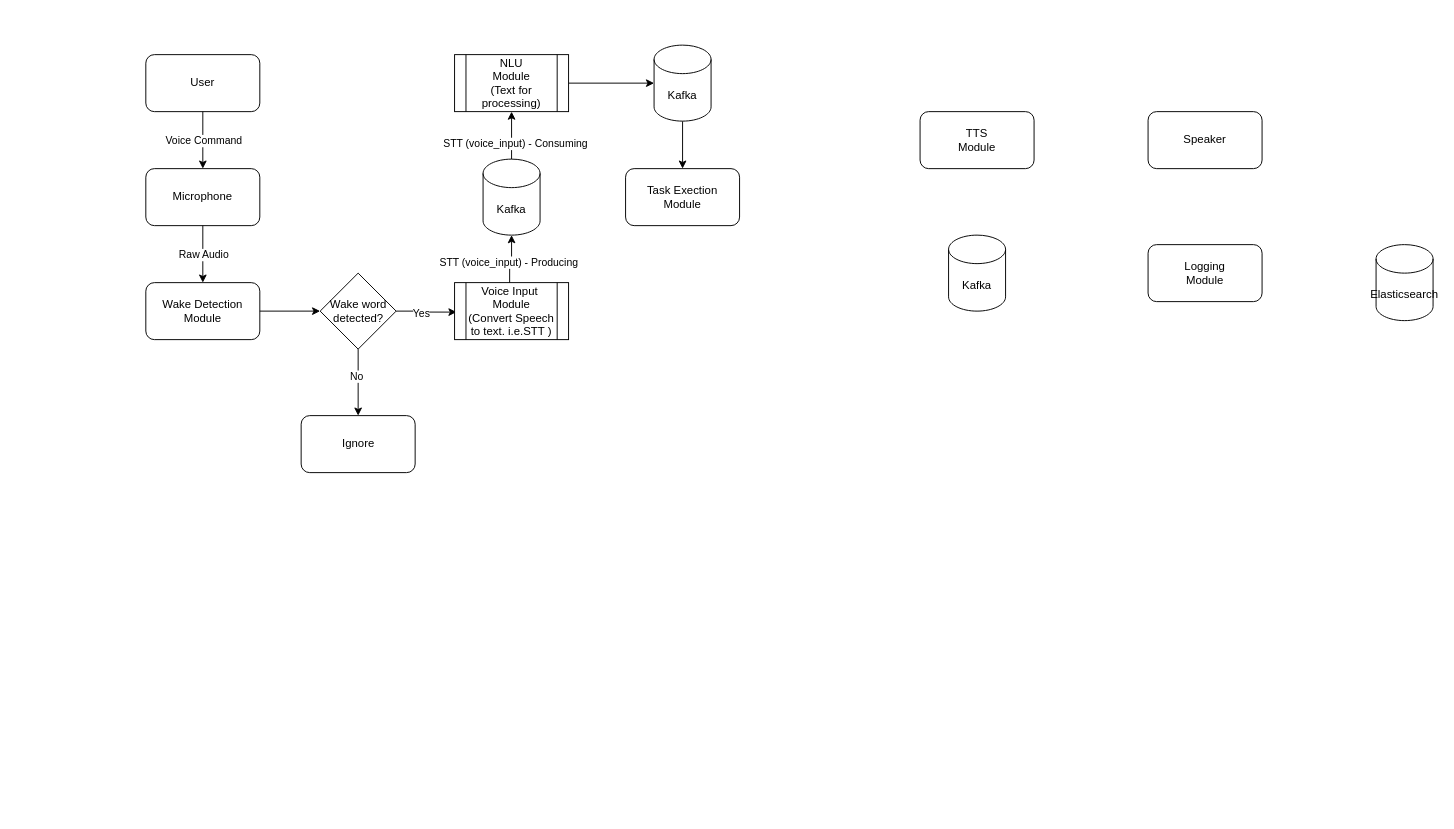
Above: Jason.drawio in isaac-kwarteng/Jason (draw.io), before the change. Source tidied: cells renumbered, new cells numbered last; positions are measured from the earlier drawing's top-left corner, leaving out a move shared by most shapes. Both pictures are drawn from the tidied source at 95%, with x=0, y=0 at pixel (145, 45).
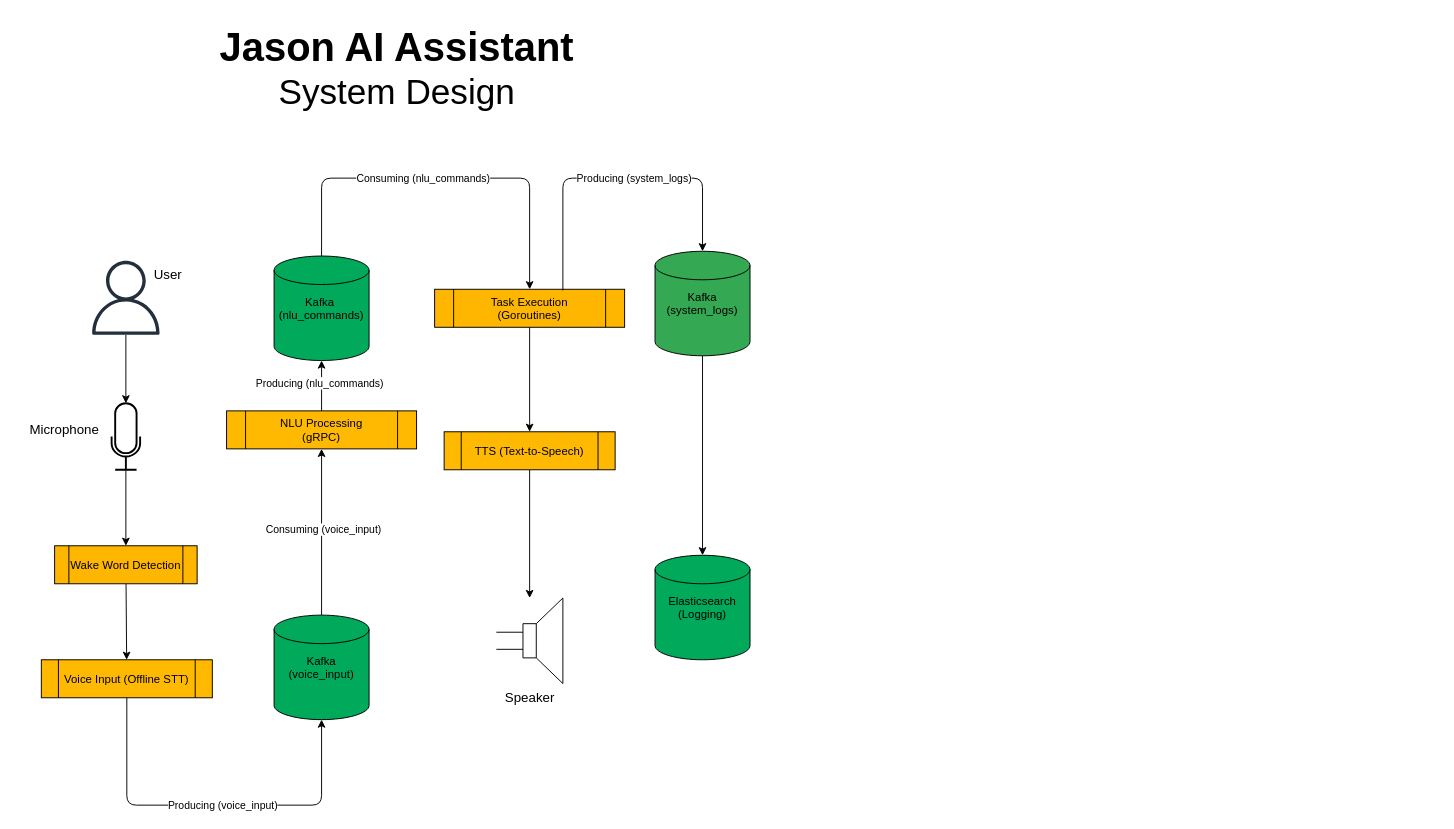
After the change.

Commit message (it also covers changes not shown here):
Finished System Design for the system

What changed in the source:
```diff
@@
-    <mxCell id="0" />
-    <mxCell id="1" parent="0" />
+    <mxCell id="32" />
+    <mxCell id="33" parent="32" />
+    <mxCell id="34" value="Wake Word Detection" style="shape=process;fillColor=light-dark(#ffb600, #2f9249);" parent="33" vertex="1">
+      <mxGeometry x="-96" y="527" width="150" height="40" as="geometry" />
+    </mxCell>
+    <mxCell id="35" value="Voice Input (Offline STT)" style="shape=process;fillColor=light-dark(#ffb900, #ff796d);" parent="33" vertex="1">
+      <mxGeometry x="-110" y="647" width="180" height="40" as="geometry" />
+    </mxCell>
+    <mxCell id="36" value="Kafka&#10;(voice_input)" style="shape=cylinder3;fillColor=light-dark(#00aa5a, #814b00);" parent="33" vertex="1">
+      <mxGeometry x="135" y="600" width="100" height="110" as="geometry" />
+    </mxCell>
+    <mxCell id="37" value="NLU Processing&#10;(gRPC)" style="shape=process;fillColor=light-dark(#ffb900, #28a267);" parent="33" vertex="1">
+      <mxGeometry x="85" y="385" width="200" height="40" as="geometry" />
+    </mxCell>
+    <mxCell id="38" value="Kafka &#10;(nlu_commands)" style="shape=cylinder3;fillColor=light-dark(#00aa5a, #814b00);" parent="33" vertex="1">
+      <mxGeometry x="135" y="222" width="100" height="110" as="geometry" />
+    </mxCell>
+    <mxCell id="39" value="Task Execution&#10;(Goroutines)" style="shape=process;fillColor=light-dark(#ffb600, #e46709);" parent="33" vertex="1">
+      <mxGeometry x="304" y="257" width="200" height="40" as="geometry" />
+    </mxCell>
+    <mxCell id="40" value="Kafka&#10;(system_logs)" style="shape=cylinder3;fillColor=#34A853;" parent="33" vertex="1">
+      <mxGeometry x="536" y="217" width="100" height="110" as="geometry" />
+    </mxCell>
+    <mxCell id="41" value="Elasticsearch&#10;(Logging)" style="shape=cylinder3;fillColor=light-dark(#00aa5a, #885100);" parent="33" vertex="1">
+      <mxGeometry x="536" y="537" width="100" height="110" as="geometry" />
+    </mxCell>
+    <mxCell id="42" style="edgeStyle=orthogonalEdgeStyle;rounded=0;jettySize=auto;html=1;" parent="33" edge="1" source="43" target="57">
+      <mxGeometry relative="1" as="geometry" />
+    </mxCell>
+    <mxCell id="43" value="TTS (Text-to-Speech)" style="shape=process;fillColor=light-dark(#ffb900, #ff796d);" parent="33" vertex="1">
+      <mxGeometry x="314" y="407" width="180" height="40" as="geometry" />
+    </mxCell>
+    <mxCell id="44" parent="33" edge="1" source="34" target="35">
+      <mxGeometry relative="1" as="geometry" />
+    </mxCell>
+    <mxCell id="45" parent="33" edge="1" source="35" target="36">
+      <mxGeometry relative="1" as="geometry">
+        <Array as="points">
+          <mxPoint x="-20" y="800" />
+          <mxPoint x="185" y="800" />
+        </Array>
+      </mxGeometry>
+    </mxCell>
+    <mxCell id="46" value="Producing (voice_input)" style="edgeLabel;html=1;align=center;verticalAlign=middle;" parent="45" vertex="1">
+      <mxGeometry x="-0.05" relative="1" as="geometry">
+        <mxPoint x="19" as="offset" />
+      </mxGeometry>
+    </mxCell>
+    <mxCell id="47" parent="33" edge="1" source="36" target="37">
+      <mxGeometry relative="1" as="geometry" />
+    </mxCell>
+    <mxCell id="48" value="Consuming (voice_input)" style="edgeLabel;html=1;align=center;verticalAlign=middle;" parent="47" vertex="1">
+      <mxGeometry x="0.04" y="-1" relative="1" as="geometry" />
+    </mxCell>
+    <mxCell id="49" parent="33" edge="1" source="37" target="38">
+      <mxGeometry relative="1" as="geometry" />
+    </mxCell>
+    <mxCell id="50" value="Producing (nlu_commands)" style="edgeLabel;html=1;align=center;verticalAlign=middle;" parent="49" vertex="1">
+      <mxGeometry x="0.12" y="3" relative="1" as="geometry" />
+    </mxCell>
+    <mxCell id="51" parent="33" edge="1" source="38" target="39">
+      <mxGeometry relative="1" as="geometry">
+        <Array as="points">
+          <mxPoint x="185" y="140" />
+          <mxPoint x="404" y="140" />
+        </Array>
+      </mxGeometry>
+    </mxCell>
+    <mxCell id="52" value="Consuming (nlu_commands)" style="edgeLabel;html=1;align=center;verticalAlign=middle;" parent="51" vertex="1">
+      <mxGeometry x="-0.02" y="-2" relative="1" as="geometry">
+        <mxPoint x="-17" y="-2" as="offset" />
+      </mxGeometry>
+    </mxCell>
+    <mxCell id="53" style="exitX=0.675;exitY=0.029;exitDx=0;exitDy=0;exitPerimeter=0;" parent="33" edge="1" source="39" target="40">
+      <mxGeometry relative="1" as="geometry">
+        <Array as="points">
+          <mxPoint x="439" y="140" />
+          <mxPoint x="586" y="140" />
+        </Array>
+      </mxGeometry>
+    </mxCell>
+    <mxCell id="54" value="Producing (system_logs)" style="edgeLabel;html=1;align=center;verticalAlign=middle;" parent="53" vertex="1">
+      <mxGeometry x="0.13" relative="1" as="geometry" />
+    </mxCell>
+    <mxCell id="55" parent="33" edge="1" source="40" target="41">
+      <mxGeometry relative="1" as="geometry" />
+    </mxCell>
+    <mxCell id="56" style="entryX=0.5;entryY=0;entryDx=0;entryDy=0;exitX=0.5;exitY=1;exitDx=0;exitDy=0;" parent="33" edge="1" source="39" target="43">
+      <mxGeometry relative="1" as="geometry" />
+    </mxCell>
+    <mxCell id="57" style="verticalLabelPosition=bottom;shadow=0;dashed=0;align=center;html=1;verticalAlign=top;shape=mxgraph.electrical.electro-mechanical.loudspeaker;" parent="33" vertex="1">
+      <mxGeometry x="369" y="582" width="70" height="90" as="geometry" />
+    </mxCell>
+    <mxCell id="58" style="edgeStyle=orthogonalEdgeStyle;rounded=0;jettySize=auto;html=1;" parent="33" edge="1" source="59" target="61">
+      <mxGeometry relative="1" as="geometry" />
+    </mxCell>
+    <mxCell id="59" style="sketch=0;outlineConnect=0;fontColor=#232F3E;gradientColor=none;fillColor=#232F3D;strokeColor=none;dashed=0;verticalLabelPosition=bottom;verticalAlign=top;align=center;html=1;fontSize=12;fontStyle=0;shape=mxgraph.aws4.user;" parent="33" vertex="1">
+      <mxGeometry x="-60" y="227" width="78" height="78" as="geometry" />
+    </mxCell>
+    <mxCell id="60" style="edgeStyle=orthogonalEdgeStyle;rounded=0;jettySize=auto;html=1;" parent="33" edge="1" source="61" target="34">
+      <mxGeometry relative="1" as="geometry" />
+    </mxCell>
+    <mxCell id="61" style="html=1;verticalLabelPosition=bottom;align=center;labelBackgroundColor=#ffffff;verticalAlign=top;strokeWidth=2;strokeColor=light-dark(#000000, #32a0ff);shadow=0;dashed=0;shape=mxgraph.ios7.icons.microphone;" parent="33" vertex="1">
+      <mxGeometry x="-36" y="377" width="30" height="70" as="geometry" />
+    </mxCell>
-    <mxCell id="2" value="User" style="rounded=1;whiteSpace=wrap;html=1;" parent="1" vertex="1">
-      <mxGeometry y="10" width="120" height="60" as="geometry" />
+    <mxCell id="2" value="&lt;font style=&quot;font-size: 14px;&quot;&gt;User&lt;/font&gt;" style="text;html=1;align=center;verticalAlign=middle;points=[];strokeColor=none;fillColor=none;" parent="33" vertex="1">
+      <mxGeometry x="-2" y="227" width="50" height="30" as="geometry" />
     </mxCell>
-    <mxCell id="3" value="Microphone" style="rounded=1;whiteSpace=wrap;html=1;" parent="1" vertex="1">
-      <mxGeometry y="130" width="120" height="60" as="geometry" />
+    <mxCell id="3" value="&lt;font style=&quot;font-size: 14px;&quot;&gt;Microphone&lt;/font&gt;" style="text;html=1;align=center;verticalAlign=middle;points=[];strokeColor=none;fillColor=none;" parent="33" vertex="1">
+      <mxGeometry x="-136" y="390" width="100" height="30" as="geometry" />
     </mxCell>
-    <mxCell id="4" value="Wake Detection&lt;div&gt;Module&lt;/div&gt;" style="rounded=1;whiteSpace=wrap;html=1;" parent="1" vertex="1">
-      <mxGeometry y="250" width="120" height="60" as="geometry" />
-    </mxCell>
-    <mxCell id="5" style="edgeStyle=orthogonalEdgeStyle;rounded=0;jettySize=auto;html=1;exitX=0.483;exitY=0.011;exitDx=0;exitDy=0;exitPerimeter=0;" parent="1" edge="1" source="31" target="17">
-      <mxGeometry relative="1" as="geometry" />
-    </mxCell>
-    <mxCell id="6" value="STT (voice_input) - Producing" style="edgeLabel;html=1;align=center;verticalAlign=middle;" parent="5" vertex="1">
-      <mxGeometry x="-0.17" y="1" relative="1" as="geometry" />
-    </mxCell>
-    <mxCell id="7" value="Task Exection&lt;div&gt;Module&lt;/div&gt;" style="rounded=1;whiteSpace=wrap;html=1;" parent="1" vertex="1">
-      <mxGeometry x="505" y="130" width="120" height="60" as="geometry" />
-    </mxCell>
-    <mxCell id="8" value="TTS&lt;div&gt;Module&lt;/div&gt;" style="rounded=1;whiteSpace=wrap;html=1;" parent="1" vertex="1">
-      <mxGeometry x="815" y="70" width="120" height="60" as="geometry" />
-    </mxCell>
-    <mxCell id="9" value="Speaker" style="rounded=1;whiteSpace=wrap;html=1;" parent="1" vertex="1">
-      <mxGeometry x="1055" y="70" width="120" height="60" as="geometry" />
+    <mxCell id="9" value="&lt;font style=&quot;font-size: 14px;&quot;&gt;Speaker&lt;/font&gt;" style="text;html=1;align=center;verticalAlign=middle;strokeColor=none;fillColor=none;" parent="33" vertex="1">
+      <mxGeometry x="364" y="672" width="80" height="30" as="geometry" />
     </mxCell>
-    <mxCell id="10" value="Logging&lt;div&gt;Module&lt;/div&gt;" style="rounded=1;whiteSpace=wrap;html=1;" parent="1" vertex="1">
-      <mxGeometry x="1055" y="210" width="120" height="60" as="geometry" />
-    </mxCell>
-    <mxCell id="11" value="Elasticsearch" style="shape=cylinder3;whiteSpace=wrap;html=1;boundedLbl=1;backgroundOutline=1;size=15;" parent="1" vertex="1">
-      <mxGeometry x="1295" y="210" width="60" height="80" as="geometry" />
-    </mxCell>
-    <mxCell id="12" value="Kafka" style="shape=cylinder3;whiteSpace=wrap;html=1;boundedLbl=1;backgroundOutline=1;size=15;" parent="1" vertex="1">
-      <mxGeometry x="845" y="200" width="60" height="80" as="geometry" />
-    </mxCell>
-    <mxCell id="13" style="edgeStyle=orthogonalEdgeStyle;rounded=0;jettySize=auto;html=1;" parent="1" edge="1" source="14" target="7">
-      <mxGeometry relative="1" as="geometry" />
-    </mxCell>
-    <mxCell id="14" value="Kafka" style="shape=cylinder3;whiteSpace=wrap;html=1;boundedLbl=1;backgroundOutline=1;size=15;" parent="1" vertex="1">
-      <mxGeometry x="535" width="60" height="80" as="geometry" />
-    </mxCell>
-    <mxCell id="15" style="edgeStyle=orthogonalEdgeStyle;rounded=0;jettySize=auto;html=1;" parent="1" edge="1" source="17" target="30">
-      <mxGeometry relative="1" as="geometry" />
-    </mxCell>
-    <mxCell id="16" value="STT (voice_input) - Consuming" style="edgeLabel;html=1;align=center;verticalAlign=middle;" parent="15" vertex="1">
-      <mxGeometry x="-0.31" y="-3" relative="1" as="geometry" />
-    </mxCell>
-    <mxCell id="17" value="Kafka" style="shape=cylinder3;whiteSpace=wrap;html=1;boundedLbl=1;backgroundOutline=1;size=15;" parent="1" vertex="1">
-      <mxGeometry x="355" y="120" width="60" height="80" as="geometry" />
-    </mxCell>
-    <mxCell id="18" style="endArrow=classic;html=1;rounded=0;exitX=0.5;exitY=1;exitDx=0;exitDy=0;entryX=0.5;entryY=0;entryDx=0;entryDy=0;" parent="1" edge="1" source="2" target="3">
-      <mxGeometry relative="1" as="geometry" />
-    </mxCell>
-    <mxCell id="19" value="Voice Command" style="edgeLabel;html=1;align=center;verticalAlign=middle;" parent="18" vertex="1">
-      <mxGeometry relative="1" as="geometry" />
-    </mxCell>
-    <mxCell id="20" style="endArrow=classic;html=1;rounded=0;exitX=0.5;exitY=1;exitDx=0;exitDy=0;entryX=0.5;entryY=0;entryDx=0;entryDy=0;" parent="1" edge="1" source="3" target="4">
-      <mxGeometry relative="1" as="geometry" />
-    </mxCell>
-    <mxCell id="21" value="Raw Audio" style="edgeLabel;html=1;align=center;verticalAlign=middle;" parent="20" vertex="1">
-      <mxGeometry relative="1" as="geometry" />
-    </mxCell>
-    <mxCell id="22" style="endArrow=classic;html=1;rounded=0;exitX=1;exitY=0.5;exitDx=0;exitDy=0;entryX=0;entryY=0.5;entryDx=0;entryDy=0;" parent="1" edge="1" source="4" target="25">
-      <mxGeometry relative="1" as="geometry" />
-    </mxCell>
-    <mxCell id="23" style="edgeStyle=orthogonalEdgeStyle;rounded=0;jettySize=auto;html=1;entryX=0.017;entryY=0.517;entryDx=0;entryDy=0;entryPerimeter=0;" parent="1" edge="1" source="25" target="31">
-      <mxGeometry relative="1" as="geometry" />
-    </mxCell>
-    <mxCell id="24" value="Yes" style="edgeLabel;html=1;align=center;verticalAlign=middle;" parent="23" vertex="1">
-      <mxGeometry x="-0.19" y="-2" relative="1" as="geometry" />
-    </mxCell>
-    <mxCell id="25" value="Wake word&lt;div&gt;detected?&lt;/div&gt;" style="rhombus;whiteSpace=wrap;html=1;" parent="1" vertex="1">
-      <mxGeometry x="183.5" y="240" width="80" height="80" as="geometry" />
-    </mxCell>
-    <mxCell id="26" style="edgeStyle=orthogonalEdgeStyle;rounded=0;jettySize=auto;html=1;exitX=0.5;exitY=1;exitDx=0;exitDy=0;entryX=0.5;entryY=0;entryDx=0;entryDy=0;" parent="1" edge="1" source="25" target="28">
-      <mxGeometry relative="1" as="geometry" />
-    </mxCell>
-    <mxCell id="27" value="No" style="edgeLabel;html=1;align=center;verticalAlign=middle;" parent="26" vertex="1">
-      <mxGeometry x="-0.19" y="-2" relative="1" as="geometry" />
-    </mxCell>
-    <mxCell id="28" value="Ignore" style="rounded=1;whiteSpace=wrap;html=1;" parent="1" vertex="1">
-      <mxGeometry x="163.5" y="390" width="120" height="60" as="geometry" />
-    </mxCell>
-    <mxCell id="29" style="edgeStyle=orthogonalEdgeStyle;rounded=0;jettySize=auto;html=1;" parent="1" edge="1" source="30" target="14">
-      <mxGeometry relative="1" as="geometry" />
-    </mxCell>
-    <mxCell id="30" value="NLU&lt;div&gt;Module&lt;/div&gt;&lt;div&gt;(Text for processing)&lt;/div&gt;" style="shape=process;whiteSpace=wrap;html=1;backgroundOutline=1;" parent="1" vertex="1">
-      <mxGeometry x="325" y="10" width="120" height="60" as="geometry" />
-    </mxCell>
-    <mxCell id="31" value="Voice Input&amp;nbsp;&lt;div&gt;Module&lt;/div&gt;&lt;div&gt;(Convert Speech to text. i.e.STT )&lt;/div&gt;" style="shape=process;whiteSpace=wrap;html=1;backgroundOutline=1;" parent="1" vertex="1">
-      <mxGeometry x="325" y="250" width="120" height="60" as="geometry" />
-    </mxCell>
+    <mxCell id="62" value="&lt;b&gt;&lt;font style=&quot;font-size: 42px;&quot;&gt;Jason AI Assistant&lt;/font&gt;&lt;/b&gt;&lt;div&gt;&lt;font style=&quot;font-size: 37px;&quot;&gt;System Design&lt;/font&gt;&lt;/div&gt;" style="text;html=1;align=center;verticalAlign=middle;strokeColor=none;fillColor=none;" parent="33" vertex="1">
+      <mxGeometry x="64" y="-30" width="400" height="110" as="geometry" />
+    </mxCell>
```
